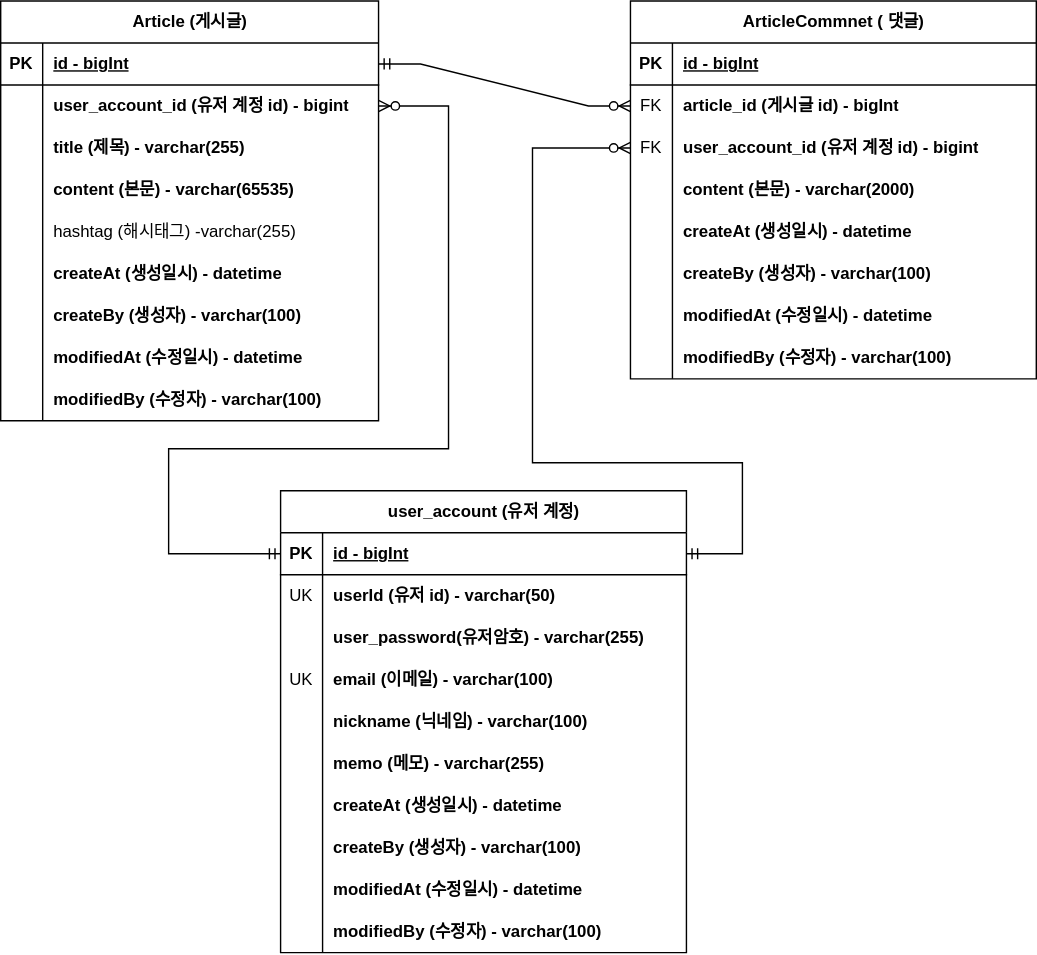
Before: document/project-board-erd.drawio.svg, a diagram exported from draw.io (IronKim/fs-project-board). Source tidied: cells renumbered, new cells last; positions are measured from the earlier drawing's top-left corner, leaving out a move shared by most shapes.
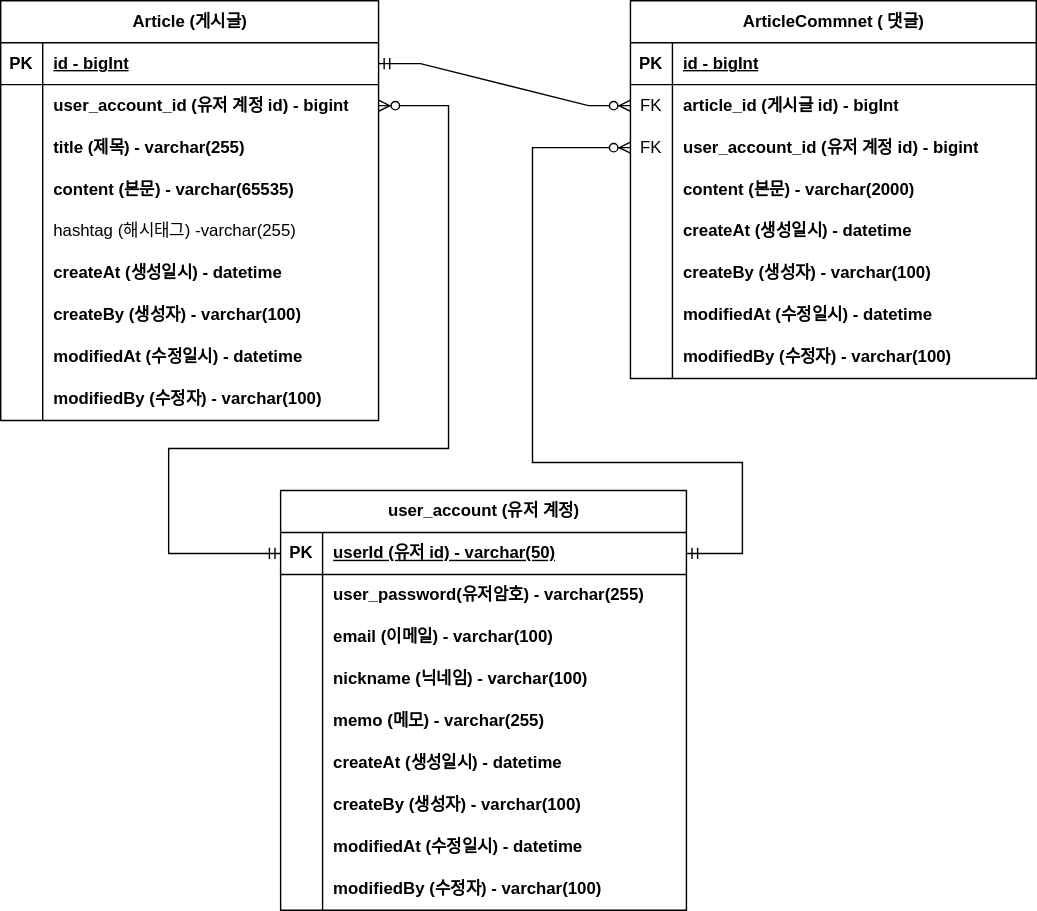
The same diagram one commit later.

Commit message:
#35 - ERD 문서 수정: 회원 계정 user_id 를 PK 로 변경

Diff of the diagram source:
```diff
@@ -169,7 +169,7 @@
       </mxGeometry>
     </mxCell>
     <mxCell id="56" value="user_account (유저 계정)" style="shape=table;startSize=30;rowLines=0;fontStyle=1;align=center;html=1;" parent="1" vertex="1">
-      <mxGeometry x="200" y="350" width="290" height="330" as="geometry" />
+      <mxGeometry x="200" y="350" width="290" height="300" as="geometry" />
     </mxCell>
     <mxCell id="57" style="shape=tableRow;horizontal=0;startSize=0;swimlaneHead=0;swimlaneBody=0;fillColor=none;points=[[0,0.5],[1,0.5]];portConstraint=eastwest;top=0;left=0;right=0;bottom=1;" parent="56" vertex="1">
       <mxGeometry y="30" width="290" height="30" as="geometry" />
@@ -177,20 +177,11 @@
     <mxCell id="58" value="PK" style="shape=partialRectangle;fillColor=none;top=0;left=0;bottom=0;right=0;fontStyle=1;overflow=hidden;whiteSpace=wrap;html=1;" parent="57" vertex="1">
       <mxGeometry width="30" height="30" as="geometry" />
     </mxCell>
-    <mxCell id="59" value="id - bigInt" style="shape=partialRectangle;fillColor=none;top=0;left=0;bottom=0;right=0;align=left;spacingLeft=6;fontStyle=5;overflow=hidden;whiteSpace=wrap;html=1;" parent="57" vertex="1">
+    <mxCell id="59" value="userId (유저 id) - varchar(50)" style="shape=partialRectangle;fillColor=none;top=0;left=0;bottom=0;right=0;align=left;spacingLeft=6;fontStyle=5;overflow=hidden;whiteSpace=wrap;html=1;" parent="57" vertex="1">
       <mxGeometry x="30" width="260" height="30" as="geometry" />
     </mxCell>
-    <mxCell id="60" style="shape=tableRow;horizontal=0;startSize=0;swimlaneHead=0;swimlaneBody=0;fillColor=none;top=0;left=0;right=0;bottom=0;" parent="56" vertex="1">
-      <mxGeometry y="60" width="290" height="30" as="geometry" />
-    </mxCell>
-    <mxCell id="61" value="UK" style="shape=partialRectangle;fillColor=none;top=0;left=0;bottom=0;right=0;overflow=hidden;whiteSpace=wrap;html=1;" parent="60" vertex="1">
-      <mxGeometry width="30" height="30" as="geometry" />
-    </mxCell>
-    <mxCell id="62" value="userId (유저 id) - varchar(50)" style="shape=partialRectangle;fillColor=none;top=0;left=0;bottom=0;right=0;align=left;spacingLeft=6;overflow=hidden;whiteSpace=wrap;html=1;fontStyle=1;" parent="60" vertex="1">
-      <mxGeometry x="30" width="260" height="30" as="geometry" />
-    </mxCell>
     <mxCell id="63" style="shape=tableRow;horizontal=0;startSize=0;swimlaneHead=0;swimlaneBody=0;fillColor=none;top=0;left=0;right=0;bottom=0;" parent="56" vertex="1">
-      <mxGeometry y="90" width="290" height="30" as="geometry" />
+      <mxGeometry y="60" width="290" height="30" as="geometry" />
     </mxCell>
     <mxCell id="64" style="shape=partialRectangle;fillColor=none;top=0;left=0;bottom=0;right=0;overflow=hidden;whiteSpace=wrap;html=1;" parent="63" vertex="1">
       <mxGeometry width="30" height="30" as="geometry" />
@@ -199,16 +190,16 @@
       <mxGeometry x="30" width="260" height="30" as="geometry" />
     </mxCell>
     <mxCell id="66" style="shape=tableRow;horizontal=0;startSize=0;swimlaneHead=0;swimlaneBody=0;fillColor=none;top=0;left=0;right=0;bottom=0;" parent="56" vertex="1">
-      <mxGeometry y="120" width="290" height="30" as="geometry" />
+      <mxGeometry y="90" width="290" height="30" as="geometry" />
     </mxCell>
-    <mxCell id="67" value="UK" style="shape=partialRectangle;fillColor=none;top=0;left=0;bottom=0;right=0;overflow=hidden;whiteSpace=wrap;html=1;" parent="66" vertex="1">
+    <mxCell id="67" style="shape=partialRectangle;fillColor=none;top=0;left=0;bottom=0;right=0;overflow=hidden;whiteSpace=wrap;html=1;" parent="66" vertex="1">
       <mxGeometry width="30" height="30" as="geometry" />
     </mxCell>
     <mxCell id="68" value="email (이메일) - varchar(100)" style="shape=partialRectangle;fillColor=none;top=0;left=0;bottom=0;right=0;align=left;spacingLeft=6;overflow=hidden;whiteSpace=wrap;html=1;fontStyle=1;" parent="66" vertex="1">
       <mxGeometry x="30" width="260" height="30" as="geometry" />
     </mxCell>
     <mxCell id="69" style="shape=tableRow;horizontal=0;startSize=0;swimlaneHead=0;swimlaneBody=0;fillColor=none;top=0;left=0;right=0;bottom=0;" parent="56" vertex="1">
-      <mxGeometry y="150" width="290" height="30" as="geometry" />
+      <mxGeometry y="120" width="290" height="30" as="geometry" />
     </mxCell>
     <mxCell id="70" style="shape=partialRectangle;fillColor=none;top=0;left=0;bottom=0;right=0;overflow=hidden;whiteSpace=wrap;html=1;" parent="69" vertex="1">
       <mxGeometry width="30" height="30" as="geometry" />
@@ -217,7 +208,7 @@
       <mxGeometry x="30" width="260" height="30" as="geometry" />
     </mxCell>
     <mxCell id="72" style="shape=tableRow;horizontal=0;startSize=0;swimlaneHead=0;swimlaneBody=0;fillColor=none;top=0;left=0;right=0;bottom=0;" parent="56" vertex="1">
-      <mxGeometry y="180" width="290" height="30" as="geometry" />
+      <mxGeometry y="150" width="290" height="30" as="geometry" />
     </mxCell>
     <mxCell id="73" style="shape=partialRectangle;fillColor=none;top=0;left=0;bottom=0;right=0;overflow=hidden;whiteSpace=wrap;html=1;" parent="72" vertex="1">
       <mxGeometry width="30" height="30" as="geometry" />
@@ -226,7 +217,7 @@
       <mxGeometry x="30" width="260" height="30" as="geometry" />
     </mxCell>
     <mxCell id="75" style="shape=tableRow;horizontal=0;startSize=0;swimlaneHead=0;swimlaneBody=0;fillColor=none;top=0;left=0;right=0;bottom=0;" parent="56" vertex="1">
-      <mxGeometry y="210" width="290" height="30" as="geometry" />
+      <mxGeometry y="180" width="290" height="30" as="geometry" />
     </mxCell>
     <mxCell id="76" style="shape=partialRectangle;fillColor=none;top=0;left=0;bottom=0;right=0;overflow=hidden;whiteSpace=wrap;html=1;" parent="75" vertex="1">
       <mxGeometry width="30" height="30" as="geometry" />
@@ -235,7 +226,7 @@
       <mxGeometry x="30" width="260" height="30" as="geometry" />
     </mxCell>
     <mxCell id="78" style="shape=tableRow;horizontal=0;startSize=0;swimlaneHead=0;swimlaneBody=0;fillColor=none;top=0;left=0;right=0;bottom=0;" parent="56" vertex="1">
-      <mxGeometry y="240" width="290" height="30" as="geometry" />
+      <mxGeometry y="210" width="290" height="30" as="geometry" />
     </mxCell>
     <mxCell id="79" style="shape=partialRectangle;fillColor=none;top=0;left=0;bottom=0;right=0;overflow=hidden;whiteSpace=wrap;html=1;" parent="78" vertex="1">
       <mxGeometry width="30" height="30" as="geometry" />
@@ -244,7 +235,7 @@
       <mxGeometry x="30" width="260" height="30" as="geometry" />
     </mxCell>
     <mxCell id="81" style="shape=tableRow;horizontal=0;startSize=0;swimlaneHead=0;swimlaneBody=0;fillColor=none;top=0;left=0;right=0;bottom=0;" parent="56" vertex="1">
-      <mxGeometry y="270" width="290" height="30" as="geometry" />
+      <mxGeometry y="240" width="290" height="30" as="geometry" />
     </mxCell>
     <mxCell id="82" style="shape=partialRectangle;fillColor=none;top=0;left=0;bottom=0;right=0;overflow=hidden;whiteSpace=wrap;html=1;" parent="81" vertex="1">
       <mxGeometry width="30" height="30" as="geometry" />
@@ -253,7 +244,7 @@
       <mxGeometry x="30" width="260" height="30" as="geometry" />
     </mxCell>
     <mxCell id="84" style="shape=tableRow;horizontal=0;startSize=0;swimlaneHead=0;swimlaneBody=0;fillColor=none;top=0;left=0;right=0;bottom=0;" parent="56" vertex="1">
-      <mxGeometry y="300" width="290" height="30" as="geometry" />
+      <mxGeometry y="270" width="290" height="30" as="geometry" />
     </mxCell>
     <mxCell id="85" style="shape=partialRectangle;fillColor=none;top=0;left=0;bottom=0;right=0;overflow=hidden;whiteSpace=wrap;html=1;" parent="84" vertex="1">
       <mxGeometry width="30" height="30" as="geometry" />
```
